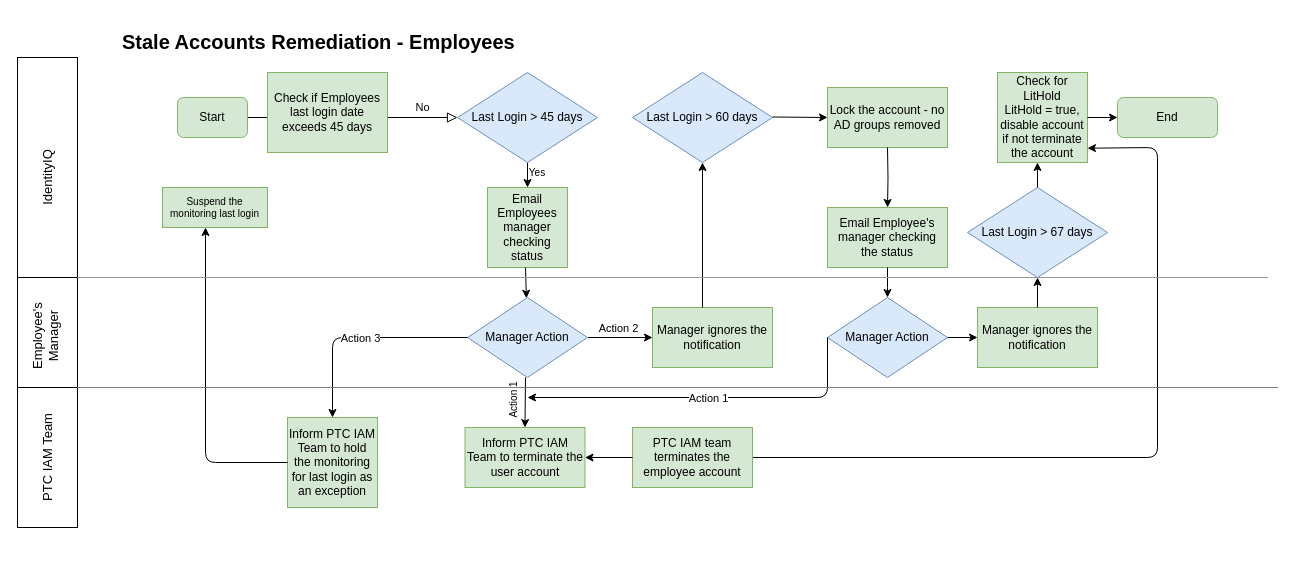
Earlier version of the draw.io diagram Untitled Diagram.drawio (Mohini204/JavaFundamentals). Source tidied: cells renumbered, new cells numbered last; positions are measured from the earlier drawing's top-left corner, leaving out a move shared by most shapes. Both pictures are drawn from the tidied source at 100%, with x=0, y=0 at pixel (-6, 27).
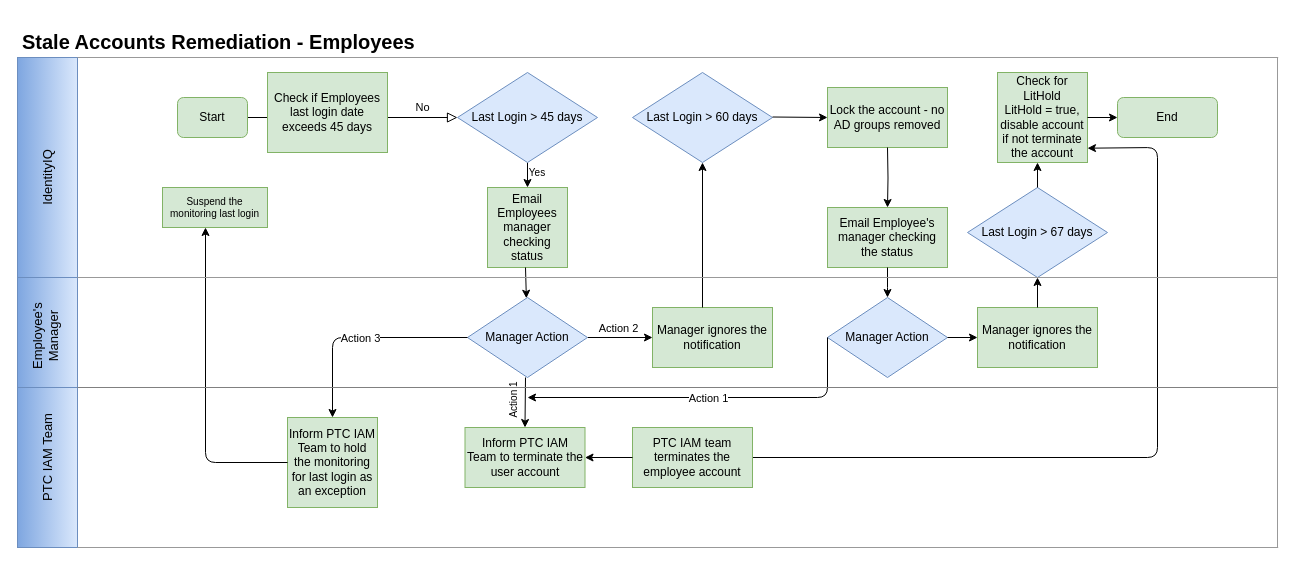
Above is the later version.

Diff of the diagram source:
```diff
@@
     <mxCell id="40" value="&lt;h1&gt;Stale Accounts Remediation - Employees&lt;/h1&gt;" style="text;html=1;strokeColor=none;fillColor=none;spacing=5;spacingTop=-20;whiteSpace=wrap;overflow=hidden;rounded=0;fontSize=10;" parent="1" vertex="1">
-      <mxGeometry x="123" width="430" height="30" as="geometry" />
+      <mxGeometry x="23" width="430" height="30" as="geometry" />
     </mxCell>
@@
-    <mxCell id="45" style="rounded=0;whiteSpace=wrap;html=1;fontSize=10;direction=south;" parent="1" vertex="1">
+    <mxCell id="45" style="rounded=0;whiteSpace=wrap;html=1;fontSize=10;direction=south;fillColor=#dae8fc;strokeColor=#6c8ebf;gradientColor=#7ea6e0;" parent="1" vertex="1">
       <mxGeometry x="23" y="30" width="60" height="230" as="geometry" />
     </mxCell>
-    <mxCell id="46" style="rounded=0;whiteSpace=wrap;html=1;fontSize=10;direction=south;" parent="1" vertex="1">
+    <mxCell id="46" style="rounded=0;whiteSpace=wrap;html=1;fontSize=10;direction=south;gradientColor=#7ea6e0;fillColor=#dae8fc;strokeColor=#6c8ebf;" parent="1" vertex="1">
       <mxGeometry x="23" y="250" width="60" height="110" as="geometry" />
     </mxCell>
-    <mxCell id="47" style="rounded=0;whiteSpace=wrap;html=1;fontSize=10;direction=south;" parent="1" vertex="1">
-      <mxGeometry x="23" y="360" width="60" height="140" as="geometry" />
+    <mxCell id="47" style="rounded=0;whiteSpace=wrap;html=1;fontSize=10;direction=south;gradientColor=#7ea6e0;fillColor=#dae8fc;strokeColor=#6c8ebf;" parent="1" vertex="1">
+      <mxGeometry x="23" y="360" width="60" height="160" as="geometry" />
     </mxCell>
     <mxCell id="48" style="endArrow=none;html=1;fontSize=10;exitX=0;exitY=0;exitDx=0;exitDy=0;strokeColor=#999999;" parent="1" edge="1" source="46">
       <mxGeometry relative="1" as="geometry">
-        <mxPoint x="1273.7" y="250" as="targetPoint" />
+        <mxPoint x="1283" y="250" as="targetPoint" />
       </mxGeometry>
     </mxCell>
@@
+    <mxCell id="53" style="endArrow=none;html=1;strokeColor=#999999;fontSize=13;exitX=0;exitY=0;exitDx=0;exitDy=0;" parent="1" edge="1" source="45">
+      <mxGeometry relative="1" as="geometry">
+        <mxPoint x="1283.7" y="30" as="targetPoint" />
+      </mxGeometry>
+    </mxCell>
+    <mxCell id="54" style="endArrow=none;html=1;strokeColor=#999999;fontSize=13;exitX=0;exitY=0;exitDx=0;exitDy=0;" parent="1" edge="1">
+      <mxGeometry relative="1" as="geometry">
+        <mxPoint x="83" y="520" as="sourcePoint" />
+        <mxPoint x="1283.7" y="520" as="targetPoint" />
+      </mxGeometry>
+    </mxCell>
+    <mxCell id="55" style="endArrow=none;html=1;strokeColor=#999999;fontSize=13;" parent="1" edge="1">
+      <mxGeometry relative="1" as="geometry">
+        <mxPoint x="1283" y="520" as="sourcePoint" />
+        <mxPoint x="1283" y="30" as="targetPoint" />
+      </mxGeometry>
+    </mxCell>
```
